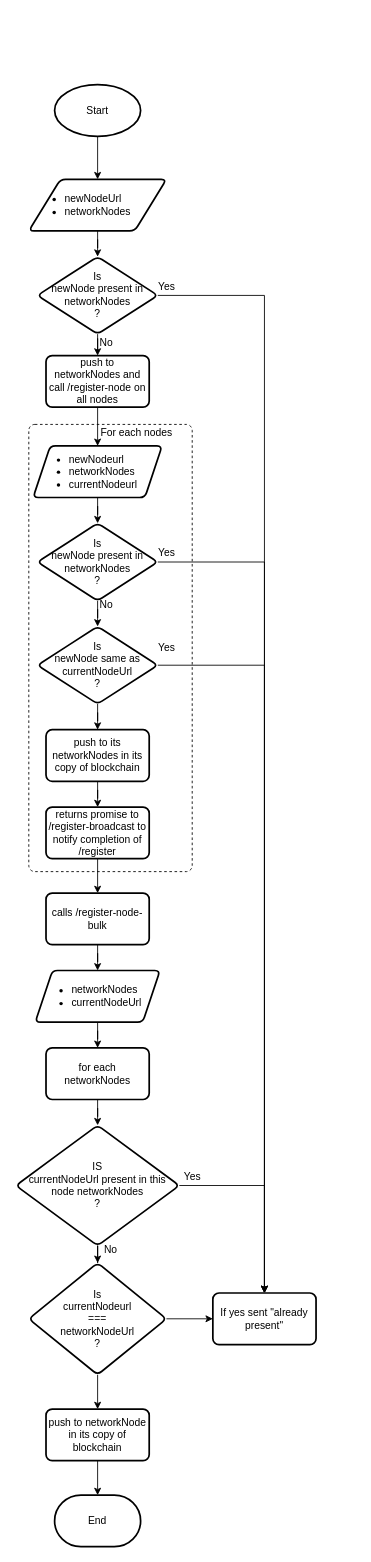
Above: page "node" (2 of 2) of Untitled Diagram.drawio in sande5h/blockchain (draw.io), before the change. Source tidied: cells renumbered, new cells numbered last; positions are measured from the earlier drawing's top-left corner, leaving out a move shared by most shapes. Both pictures are drawn from the tidied source at 86%, with x=0, y=0 at pixel (15, 84).
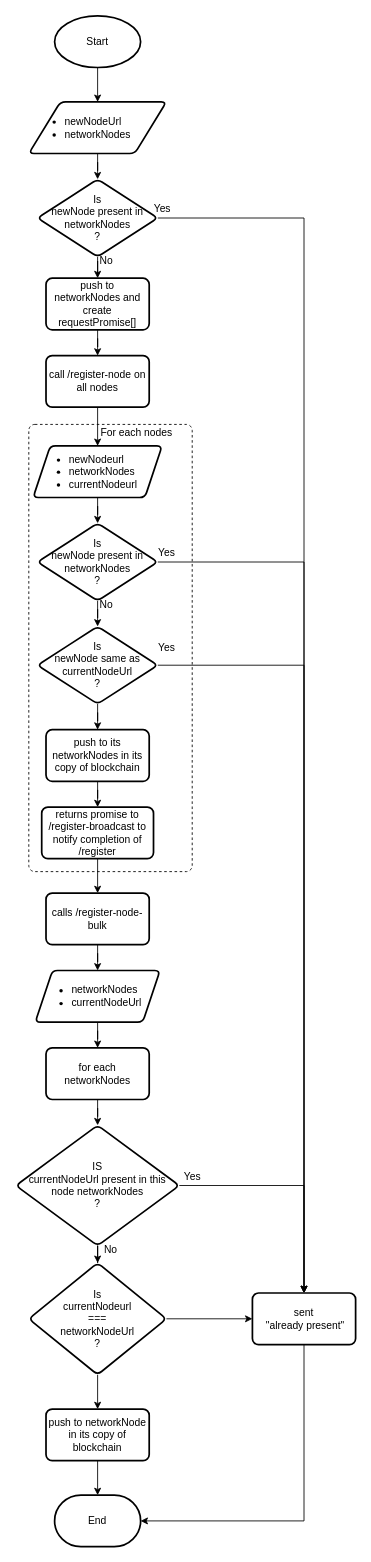
The same diagram, later.

Commit message (it also covers changes not shown here):
draw node

The change refers to these unchanged cells:
```xml
<mxCell id="12" value="&lt;ul&gt;&lt;li&gt;newNodeurl&lt;/li&gt;&lt;li&gt;networkNodes&lt;/li&gt;&lt;li&gt;currentNodeurl&lt;/li&gt;&lt;/ul&gt;" style="shape=parallelogram;perimeter=parallelogramPerimeter;whiteSpace=wrap;html=1;fixedSize=1;strokeWidth=2;rounded=1;arcSize=12;align=left;" parent="1" vertex="1">
  <mxGeometry x="20" y="420" width="150" height="60" as="geometry" />
</mxCell>
<mxCell id="47" value="End" style="strokeWidth=2;html=1;shape=mxgraph.flowchart.terminator;whiteSpace=wrap;fillColor=none;" parent="1" vertex="1">
  <mxGeometry x="45" y="1640" width="100" height="60" as="geometry" />
</mxCell>
```

Change to the diagram source:
```diff
@@
     <mxCell id="3" value="Start" style="strokeWidth=2;html=1;shape=mxgraph.flowchart.start_1;whiteSpace=wrap;" parent="1" vertex="1">
-      <mxGeometry x="45" width="100" height="60" as="geometry" />
+      <mxGeometry x="45" y="-80" width="100" height="60" as="geometry" />
     </mxCell>
     <mxCell id="4" value="&lt;ul&gt;&lt;li&gt;newNodeUrl&lt;/li&gt;&lt;li&gt;networkNodes&lt;/li&gt;&lt;/ul&gt;" style="shape=parallelogram;html=1;strokeWidth=2;perimeter=parallelogramPerimeter;whiteSpace=wrap;rounded=1;arcSize=12;size=0.23;align=left;" parent="1" vertex="1">
-      <mxGeometry x="15" y="110" width="160" height="60" as="geometry" />
+      <mxGeometry x="15" y="20" width="160" height="60" as="geometry" />
     </mxCell>
@@
     <mxCell id="6" value="Is&lt;br&gt;newNode present in networkNodes&lt;br&gt;?" style="rhombus;whiteSpace=wrap;html=1;align=center;strokeWidth=2;rounded=1;arcSize=12;" parent="1" vertex="1">
-      <mxGeometry x="25" y="200" width="140" height="90" as="geometry" />
+      <mxGeometry x="25" y="110" width="140" height="90" as="geometry" />
     </mxCell>
@@
+    <mxCell id="48" style="edgeStyle=orthogonalEdgeStyle;rounded=0;jettySize=auto;html=1;entryX=1;entryY=0.5;entryDx=0;entryDy=0;entryPerimeter=0;" parent="1" edge="1" source="8" target="47">
+      <mxGeometry relative="1" as="geometry">
+        <Array as="points">
+          <mxPoint x="335" y="1670" />
+        </Array>
+      </mxGeometry>
+    </mxCell>
-    <mxCell id="8" value="If yes sent &quot;already present&quot;" style="whiteSpace=wrap;html=1;strokeWidth=2;rounded=1;arcSize=12;" parent="1" vertex="1">
-      <mxGeometry x="229" y="1405" width="120" height="60" as="geometry" />
+    <mxCell id="8" value="sent&lt;br&gt;&amp;nbsp;&quot;already present&quot;" style="whiteSpace=wrap;html=1;strokeWidth=2;rounded=1;arcSize=12;" parent="1" vertex="1">
+      <mxGeometry x="275" y="1405" width="120" height="60" as="geometry" />
     </mxCell>
@@
+    <mxCell id="49" style="edgeStyle=orthogonalEdgeStyle;rounded=0;jettySize=auto;html=1;" parent="1" edge="1" source="10" target="50">
+      <mxGeometry relative="1" as="geometry" />
+    </mxCell>
-    <mxCell id="10" value="push to networkNodes and call /register-node on all nodes" style="whiteSpace=wrap;html=1;strokeWidth=2;rounded=1;arcSize=12;" parent="1" vertex="1">
-      <mxGeometry x="35" y="315" width="120" height="60" as="geometry" />
+    <mxCell id="10" value="push to networkNodes and create requestPromise[]" style="whiteSpace=wrap;html=1;strokeWidth=2;rounded=1;arcSize=12;" parent="1" vertex="1">
+      <mxGeometry x="35" y="225" width="120" height="60" as="geometry" />
     </mxCell>
@@
-    <mxCell id="13" style="edgeStyle=orthogonalEdgeStyle;rounded=0;jettySize=auto;html=1;" parent="1" edge="1" source="10" target="12">
+    <mxCell id="13" style="edgeStyle=orthogonalEdgeStyle;rounded=0;jettySize=auto;html=1;exitX=0.5;exitY=1;exitDx=0;exitDy=0;" parent="1" edge="1" source="50" target="12">
       <mxGeometry relative="1" as="geometry" />
     </mxCell>
@@
     <mxCell id="18" value="Yes" style="text;html=1;align=center;verticalAlign=middle;strokeColor=none;fillColor=none;" parent="1" vertex="1">
-      <mxGeometry x="155" y="220" width="40" height="30" as="geometry" />
+      <mxGeometry x="150" y="130" width="40" height="30" as="geometry" />
     </mxCell>
     <mxCell id="19" value="No" style="text;html=1;align=center;verticalAlign=middle;strokeColor=none;fillColor=none;" parent="1" vertex="1">
-      <mxGeometry x="85" y="285" width="40" height="30" as="geometry" />
+      <mxGeometry x="85" y="190" width="40" height="30" as="geometry" />
     </mxCell>
@@
     <mxCell id="29" value="returns promise to /register-broadcast to notify completion of /register" style="whiteSpace=wrap;html=1;strokeWidth=2;rounded=1;arcSize=12;" parent="1" vertex="1">
-      <mxGeometry x="35" y="840" width="120" height="60" as="geometry" />
+      <mxGeometry x="30" y="840" width="130" height="60" as="geometry" />
     </mxCell>
@@
+    <mxCell id="50" value="call /register-node on all nodes" style="whiteSpace=wrap;html=1;strokeWidth=2;rounded=1;arcSize=12;" parent="1" vertex="1">
+      <mxGeometry x="35" y="315" width="120" height="60" as="geometry" />
+    </mxCell>
```
